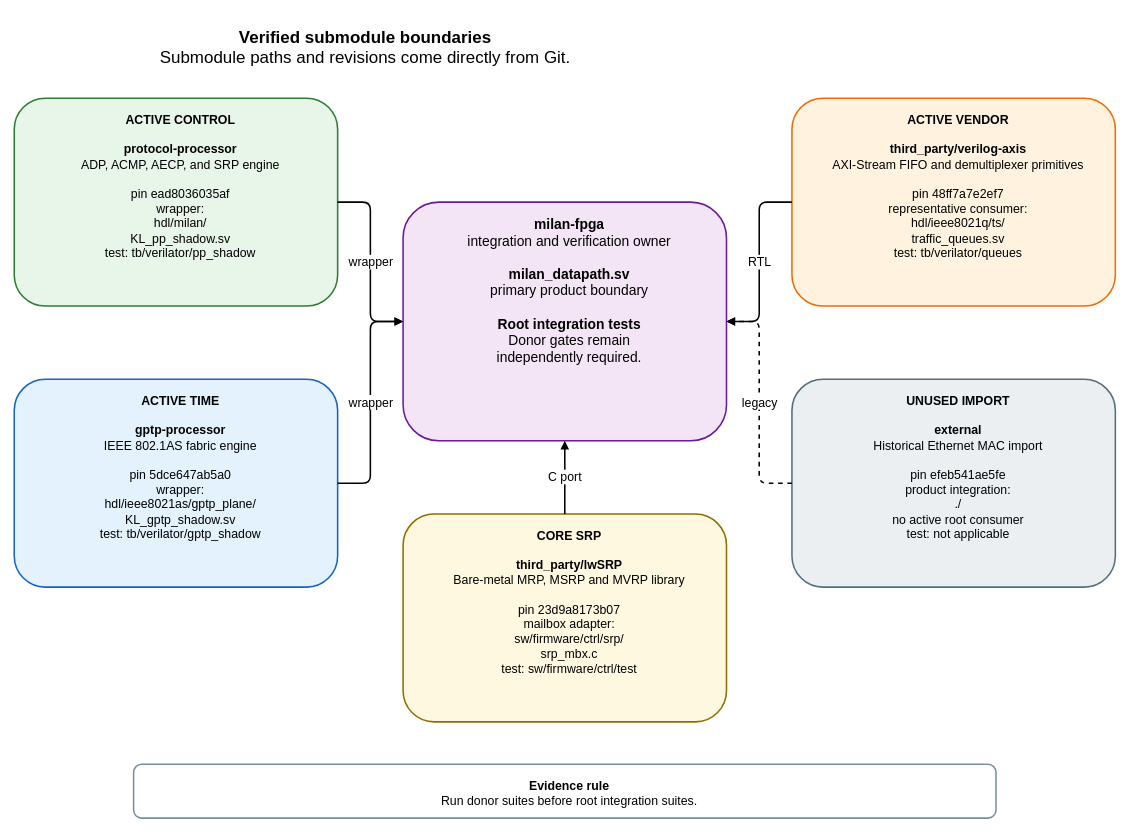
Before: docs/diagrams/submodule_boundaries.drawio in kebag-logic/milan-fpga, a draw.io diagram. Source tidied: cells renumbered, new cells numbered last; positions are measured from the earlier drawing's top-left corner, leaving out a move shared by most shapes. Both pictures are drawn from the tidied source at 77%, with x=0, y=0 at pixel (14, 13).
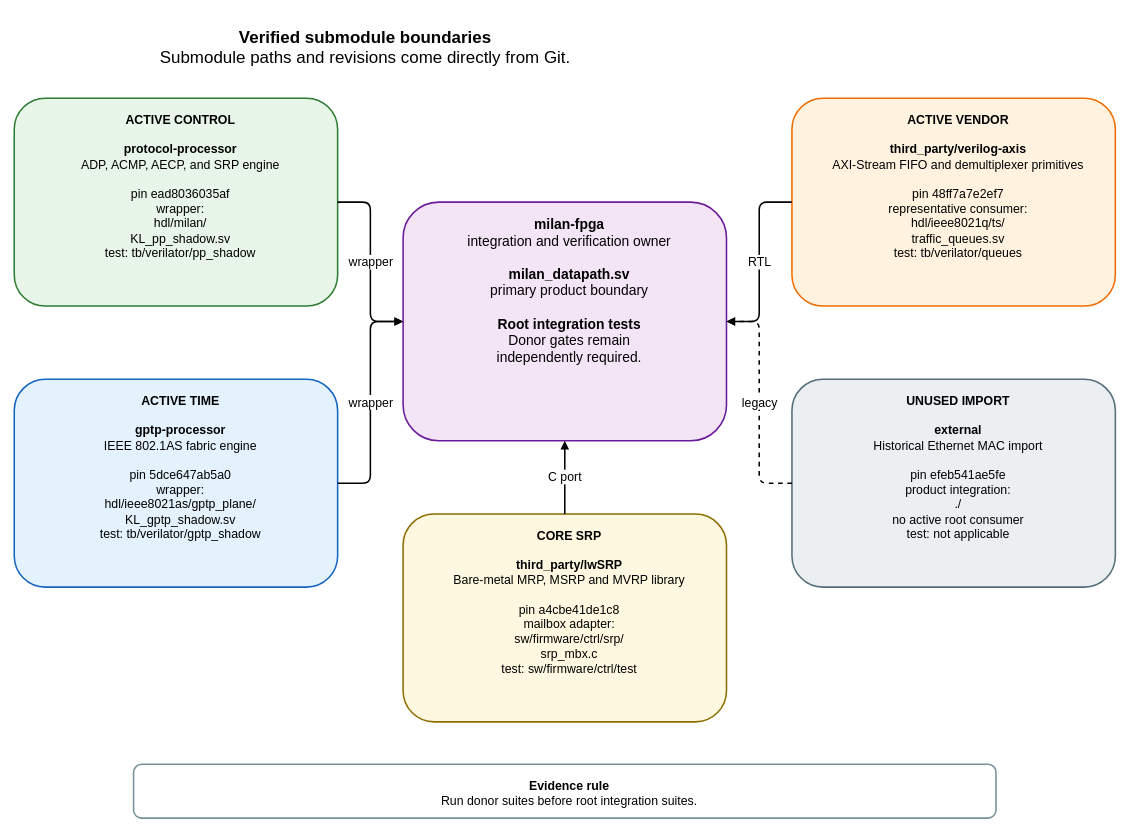
The same diagram, later.

Change to the diagram source:
```diff
@@
 <mxGraphModel>
   <root>
     <mxCell id="0" />
     <mxCell id="1" parent="0" />
     <mxCell id="2" value="&lt;b&gt;Verified submodule boundaries&lt;/b&gt;&lt;br&gt;Submodule paths and revisions come directly from Git." style="rounded=1;whiteSpace=wrap;html=1;verticalAlign=top;spacingTop=12;spacingLeft=12;fontSize=22;fontFamily=Helvetica;fillColor=none;strokeColor=none;strokeWidth=2;" parent="1" vertex="1">
       <mxGeometry width="900" height="65" as="geometry" />
     </mxCell>
     <mxCell id="3" value="&lt;b&gt;milan-fpga&lt;/b&gt;&lt;br&gt;integration and verification owner&lt;br&gt;&lt;br&gt;&lt;b&gt;milan_datapath.sv&lt;/b&gt;&lt;br&gt;primary product boundary&lt;br&gt;&lt;br&gt;&lt;b&gt;Root integration tests&lt;/b&gt;&lt;br&gt;Donor gates remain&lt;br&gt;independently required." style="rounded=1;whiteSpace=wrap;html=1;verticalAlign=top;spacingTop=12;spacingLeft=12;fontSize=18;fontFamily=Helvetica;fillColor=#F3E5F5;strokeColor=#6A1B9A;strokeWidth=2;" parent="1" vertex="1">
       <mxGeometry x="505" y="245" width="420" height="310" as="geometry" />
     </mxCell>
     <mxCell id="4" value="&lt;b&gt;ACTIVE CONTROL&lt;/b&gt;&lt;br&gt;&lt;br&gt;&lt;b&gt;protocol-processor&lt;/b&gt;&lt;br&gt;ADP, ACMP, AECP, and SRP engine&lt;br&gt;&lt;br&gt;pin ead8036035af&lt;br&gt;wrapper:&lt;br&gt;hdl/milan/&lt;br&gt;KL_pp_shadow.sv&lt;br&gt;test: tb/verilator/pp_shadow" style="rounded=1;whiteSpace=wrap;html=1;verticalAlign=top;spacingTop=12;spacingLeft=12;fontSize=16;fontFamily=Helvetica;fillColor=#E8F5E9;strokeColor=#2E7D32;strokeWidth=2;" parent="1" vertex="1">
       <mxGeometry y="110" width="420" height="270" as="geometry" />
     </mxCell>
     <mxCell id="5" value="&lt;b&gt;ACTIVE TIME&lt;/b&gt;&lt;br&gt;&lt;br&gt;&lt;b&gt;gptp-processor&lt;/b&gt;&lt;br&gt;IEEE 802.1AS fabric engine&lt;br&gt;&lt;br&gt;pin 5dce647ab5a0&lt;br&gt;wrapper:&lt;br&gt;hdl/ieee8021as/gptp_plane/&lt;br&gt;KL_gptp_shadow.sv&lt;br&gt;test: tb/verilator/gptp_shadow" style="rounded=1;whiteSpace=wrap;html=1;verticalAlign=top;spacingTop=12;spacingLeft=12;fontSize=16;fontFamily=Helvetica;fillColor=#E3F2FD;strokeColor=#1565C0;strokeWidth=2;" parent="1" vertex="1">
       <mxGeometry y="475" width="420" height="270" as="geometry" />
     </mxCell>
     <mxCell id="6" value="&lt;b&gt;ACTIVE VENDOR&lt;/b&gt;&lt;br&gt;&lt;br&gt;&lt;b&gt;third_party/verilog-axis&lt;/b&gt;&lt;br&gt;AXI-Stream FIFO and demultiplexer primitives&lt;br&gt;&lt;br&gt;pin 48ff7a7e2ef7&lt;br&gt;representative consumer:&lt;br&gt;hdl/ieee8021q/ts/&lt;br&gt;traffic_queues.sv&lt;br&gt;test: tb/verilator/queues" style="rounded=1;whiteSpace=wrap;html=1;verticalAlign=top;spacingTop=12;spacingLeft=12;fontSize=16;fontFamily=Helvetica;fillColor=#FFF3E0;strokeColor=#EF6C00;strokeWidth=2;" parent="1" vertex="1">
       <mxGeometry x="1010" y="110" width="420" height="270" as="geometry" />
     </mxCell>
     <mxCell id="7" value="&lt;b&gt;UNUSED IMPORT&lt;/b&gt;&lt;br&gt;&lt;br&gt;&lt;b&gt;external&lt;/b&gt;&lt;br&gt;Historical Ethernet MAC import&lt;br&gt;&lt;br&gt;pin efeb541ae5fe&lt;br&gt;product integration:&lt;br&gt;./&lt;br&gt;no active root consumer&lt;br&gt;test: not applicable" style="rounded=1;whiteSpace=wrap;html=1;verticalAlign=top;spacingTop=12;spacingLeft=12;fontSize=16;fontFamily=Helvetica;fillColor=#ECEFF1;strokeColor=#546E7A;strokeWidth=2;" parent="1" vertex="1">
       <mxGeometry x="1010" y="475" width="420" height="270" as="geometry" />
     </mxCell>
-    <mxCell id="8" value="&lt;b&gt;CORE SRP&lt;/b&gt;&lt;br&gt;&lt;br&gt;&lt;b&gt;third_party/lwSRP&lt;/b&gt;&lt;br&gt;Bare-metal MRP, MSRP and MVRP library&lt;br&gt;&lt;br&gt;pin 23d9a8173b07&lt;br&gt;mailbox adapter:&lt;br&gt;sw/firmware/ctrl/srp/&lt;br&gt;srp_mbx.c&lt;br&gt;test: sw/firmware/ctrl/test" style="rounded=1;whiteSpace=wrap;html=1;verticalAlign=top;spacingTop=12;spacingLeft=12;fontSize=16;fontFamily=Helvetica;fillColor=#FFF8E1;strokeColor=#8D6E00;strokeWidth=2;" parent="1" vertex="1">
+    <mxCell id="8" value="&lt;b&gt;CORE SRP&lt;/b&gt;&lt;br&gt;&lt;br&gt;&lt;b&gt;third_party/lwSRP&lt;/b&gt;&lt;br&gt;Bare-metal MRP, MSRP and MVRP library&lt;br&gt;&lt;br&gt;pin a4cbe41de1c8&lt;br&gt;mailbox adapter:&lt;br&gt;sw/firmware/ctrl/srp/&lt;br&gt;srp_mbx.c&lt;br&gt;test: sw/firmware/ctrl/test" style="rounded=1;whiteSpace=wrap;html=1;verticalAlign=top;spacingTop=12;spacingLeft=12;fontSize=16;fontFamily=Helvetica;fillColor=#FFF8E1;strokeColor=#8D6E00;strokeWidth=2;" parent="1" vertex="1">
       <mxGeometry x="505" y="650" width="420" height="270" as="geometry" />
     </mxCell>
     <mxCell id="9" value="wrapper" style="edgeStyle=orthogonalEdgeStyle;rounded=1;jettySize=auto;html=1;endArrow=block;endFill=1;strokeWidth=2;fontSize=16;fontFamily=Helvetica;labelBackgroundColor=#FFFFFF;" parent="1" edge="1" source="4" target="3">
       <mxGeometry relative="1" as="geometry" />
     </mxCell>
     <mxCell id="10" value="wrapper" style="edgeStyle=orthogonalEdgeStyle;rounded=1;jettySize=auto;html=1;endArrow=block;endFill=1;strokeWidth=2;fontSize=16;fontFamily=Helvetica;labelBackgroundColor=#FFFFFF;" parent="1" edge="1" source="5" target="3">
       <mxGeometry relative="1" as="geometry" />
     </mxCell>
     <mxCell id="11" value="RTL" style="edgeStyle=orthogonalEdgeStyle;rounded=1;jettySize=auto;html=1;endArrow=block;endFill=1;strokeWidth=2;fontSize=16;fontFamily=Helvetica;labelBackgroundColor=#FFFFFF;" parent="1" edge="1" source="6" target="3">
       <mxGeometry relative="1" as="geometry" />
     </mxCell>
     <mxCell id="12" value="legacy" style="edgeStyle=orthogonalEdgeStyle;rounded=1;jettySize=auto;html=1;endArrow=block;endFill=1;strokeWidth=2;fontSize=16;fontFamily=Helvetica;labelBackgroundColor=#FFFFFF;dashed=1;" parent="1" edge="1" source="7" target="3">
       <mxGeometry relative="1" as="geometry" />
     </mxCell>
     <mxCell id="13" value="C port" style="edgeStyle=orthogonalEdgeStyle;rounded=1;jettySize=auto;html=1;endArrow=block;endFill=1;strokeWidth=2;fontSize=16;fontFamily=Helvetica;labelBackgroundColor=#FFFFFF;" parent="1" edge="1" source="8" target="3">
       <mxGeometry relative="1" as="geometry" />
     </mxCell>
     <mxCell id="14" value="&lt;b&gt;Evidence rule&lt;/b&gt;&lt;br&gt;Run donor suites before root integration suites." style="rounded=1;whiteSpace=wrap;html=1;verticalAlign=top;spacingTop=12;spacingLeft=12;fontSize=16;fontFamily=Helvetica;fillColor=#FFFFFF;strokeColor=#78909C;strokeWidth=2;" parent="1" vertex="1">
       <mxGeometry x="155" y="975" width="1120" height="70" as="geometry" />
     </mxCell>
   </root>
 </mxGraphModel>
```
